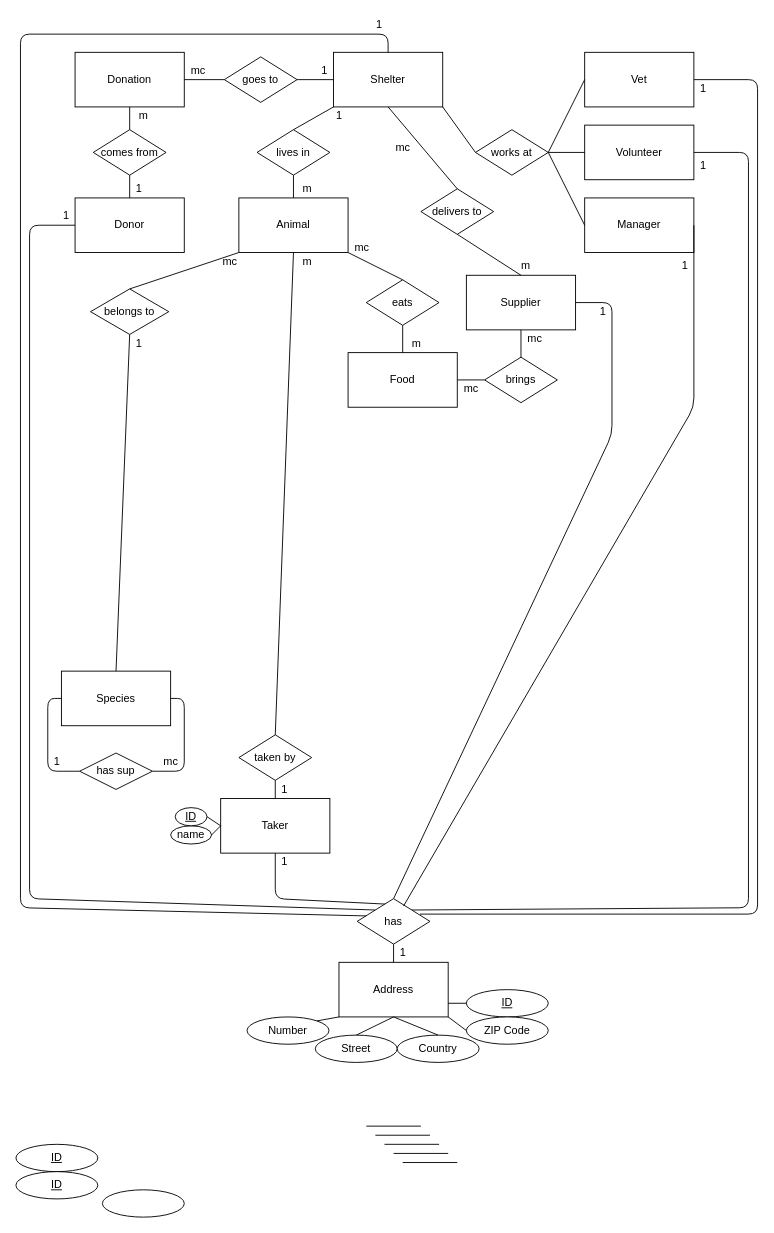
Above: Chen-Notation.drawio in Mlorenz12/4.Sem_DB_Animal_Shelter (draw.io), before the change. Source tidied: cells renumbered, new cells numbered last; positions are measured from the earlier drawing's top-left corner, leaving out a move shared by most shapes. Both pictures are drawn from the tidied source at 91%, with x=0, y=0 at pixel (15, 15).
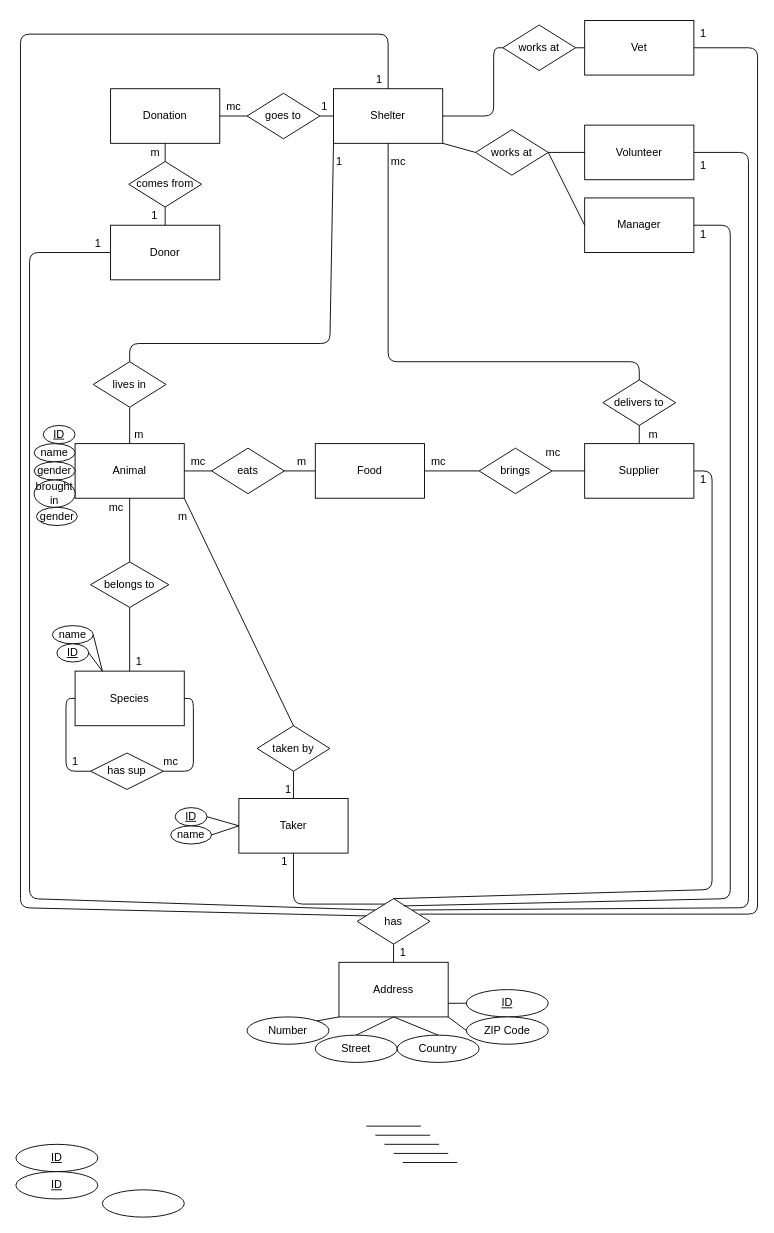
The same diagram, later.

The change refers to these unchanged cells:
```xml
<mxCell id="8" value="Manager" style="rounded=0;whiteSpace=wrap;html=1;" parent="1" vertex="1">
  <mxGeometry x="625" y="200" width="120" height="60" as="geometry" />
</mxCell>
<mxCell id="49" value="has" style="rhombus;whiteSpace=wrap;html=1;" parent="1" vertex="1">
  <mxGeometry x="375" y="970" width="80" height="50" as="geometry" />
</mxCell>
```

Change to the diagram source:
```diff
@@
     <mxCell id="2" value="Donation" style="rounded=0;whiteSpace=wrap;html=1;" parent="1" vertex="1">
-      <mxGeometry x="65" y="40" width="120" height="60" as="geometry" />
+      <mxGeometry x="104" y="80" width="120" height="60" as="geometry" />
     </mxCell>
     <mxCell id="3" value="Food" style="rounded=0;whiteSpace=wrap;html=1;" parent="1" vertex="1">
-      <mxGeometry x="365" y="370" width="120" height="60" as="geometry" />
+      <mxGeometry x="329" y="470" width="120" height="60" as="geometry" />
     </mxCell>
     <mxCell id="4" value="Species" style="rounded=0;whiteSpace=wrap;html=1;" parent="1" vertex="1">
-      <mxGeometry x="50" y="720" width="120" height="60" as="geometry" />
+      <mxGeometry x="65" y="720" width="120" height="60" as="geometry" />
     </mxCell>
     <mxCell id="5" value="Animal" style="rounded=0;whiteSpace=wrap;html=1;" parent="1" vertex="1">
-      <mxGeometry x="245" y="200" width="120" height="60" as="geometry" />
+      <mxGeometry x="65" y="470" width="120" height="60" as="geometry" />
     </mxCell>
     <mxCell id="6" value="Donor" style="rounded=0;whiteSpace=wrap;html=1;" parent="1" vertex="1">
-      <mxGeometry x="65" y="200" width="120" height="60" as="geometry" />
+      <mxGeometry x="104" y="230" width="120" height="60" as="geometry" />
     </mxCell>
@@
     <mxCell id="9" value="Shelter" style="rounded=0;whiteSpace=wrap;html=1;" parent="1" vertex="1">
-      <mxGeometry x="349" y="40" width="120" height="60" as="geometry" />
+      <mxGeometry x="349" y="80" width="120" height="60" as="geometry" />
     </mxCell>
     <mxCell id="10" value="Vet" style="rounded=0;whiteSpace=wrap;html=1;" parent="1" vertex="1">
-      <mxGeometry x="625" y="40" width="120" height="60" as="geometry" />
+      <mxGeometry x="625" y="5" width="120" height="60" as="geometry" />
     </mxCell>
-    <mxCell id="11" style="endArrow=none;html=1;entryX=0;entryY=0.5;entryDx=0;entryDy=0;" parent="1" edge="1" target="10">
-      <mxGeometry relative="1" as="geometry">
-        <mxPoint x="585" y="150" as="sourcePoint" />
-      </mxGeometry>
+    <mxCell id="11" style="endArrow=none;html=1;entryX=0;entryY=0.5;entryDx=0;entryDy=0;exitX=1;exitY=0.5;exitDx=0;exitDy=0;" parent="1" edge="1" source="112" target="10">
+      <mxGeometry relative="1" as="geometry" />
     </mxCell>
@@
     <mxCell id="15" value="goes to" style="rhombus;whiteSpace=wrap;html=1;" parent="1" vertex="1">
-      <mxGeometry x="229" y="45" width="80" height="50" as="geometry" />
+      <mxGeometry x="254" y="85" width="80" height="50" as="geometry" />
     </mxCell>
@@
     <mxCell id="18" value="comes from" style="rhombus;whiteSpace=wrap;html=1;" parent="1" vertex="1">
-      <mxGeometry x="85" y="125" width="80" height="50" as="geometry" />
+      <mxGeometry x="124" y="160" width="80" height="50" as="geometry" />
     </mxCell>
@@
     <mxCell id="21" value="lives in" style="rhombus;whiteSpace=wrap;html=1;" parent="1" vertex="1">
-      <mxGeometry x="265" y="125" width="80" height="50" as="geometry" />
+      <mxGeometry x="85" y="380" width="80" height="50" as="geometry" />
     </mxCell>
@@
     <mxCell id="23" style="endArrow=none;html=1;exitX=0.5;exitY=0;exitDx=0;exitDy=0;entryX=0;entryY=1;entryDx=0;entryDy=0;" parent="1" edge="1" source="21" target="9">
-      <mxGeometry relative="1" as="geometry" />
+      <mxGeometry relative="1" as="geometry">
+        <Array as="points">
+          <mxPoint x="125" y="360" />
+          <mxPoint x="345" y="360" />
+        </Array>
+      </mxGeometry>
     </mxCell>
@@
     <mxCell id="25" value="has sup" style="rhombus;whiteSpace=wrap;html=1;" parent="1" vertex="1">
-      <mxGeometry x="70" y="810" width="80" height="40" as="geometry" />
+      <mxGeometry x="82" y="810" width="80" height="40" as="geometry" />
     </mxCell>
     <mxCell id="26" style="endArrow=none;html=1;exitX=0;exitY=0.5;exitDx=0;exitDy=0;entryX=0;entryY=0.5;entryDx=0;entryDy=0;" parent="1" edge="1" source="4" target="25">
       <mxGeometry relative="1" as="geometry">
         <Array as="points">
-          <mxPoint x="35" y="750" />
-          <mxPoint x="35" y="830" />
+          <mxPoint x="55" y="750" />
+          <mxPoint x="55" y="830" />
         </Array>
       </mxGeometry>
     </mxCell>
     <mxCell id="27" style="endArrow=none;html=1;exitX=1;exitY=0.5;exitDx=0;exitDy=0;entryX=1;entryY=0.5;entryDx=0;entryDy=0;" parent="1" edge="1" source="25" target="4">
       <mxGeometry relative="1" as="geometry">
         <Array as="points">
-          <mxPoint x="185" y="830" />
+          <mxPoint x="195" y="830" />
+          <mxPoint x="195" y="750" />
           <mxPoint x="185" y="750" />
         </Array>
       </mxGeometry>
     </mxCell>
     <mxCell id="28" value="belongs to" style="rhombus;whiteSpace=wrap;html=1;" parent="1" vertex="1">
-      <mxGeometry x="82" y="300" width="86" height="50" as="geometry" />
+      <mxGeometry x="82" y="600" width="86" height="50" as="geometry" />
     </mxCell>
@@
-    <mxCell id="30" style="endArrow=none;html=1;exitX=0.5;exitY=0;exitDx=0;exitDy=0;entryX=0;entryY=1;entryDx=0;entryDy=0;" parent="1" edge="1" source="28" target="5">
+    <mxCell id="30" style="endArrow=none;html=1;exitX=0.5;exitY=0;exitDx=0;exitDy=0;entryX=0.5;entryY=1;entryDx=0;entryDy=0;" parent="1" edge="1" source="28" target="5">
       <mxGeometry relative="1" as="geometry" />
     </mxCell>
     <mxCell id="31" value="Taker" style="rounded=0;whiteSpace=wrap;html=1;" parent="1" vertex="1">
-      <mxGeometry x="225" y="860" width="120" height="60" as="geometry" />
+      <mxGeometry x="245" y="860" width="120" height="60" as="geometry" />
     </mxCell>
@@
     <mxCell id="33" value="Supplier" style="rounded=0;whiteSpace=wrap;html=1;" parent="1" vertex="1">
-      <mxGeometry x="495" y="285" width="120" height="60" as="geometry" />
+      <mxGeometry x="625" y="470" width="120" height="60" as="geometry" />
     </mxCell>
     <mxCell id="34" value="brings" style="rhombus;whiteSpace=wrap;html=1;" parent="1" vertex="1">
-      <mxGeometry x="515" y="375" width="80" height="50" as="geometry" />
+      <mxGeometry x="509" y="475" width="80" height="50" as="geometry" />
     </mxCell>
@@
     <mxCell id="36" value="eats" style="rhombus;whiteSpace=wrap;html=1;" parent="1" vertex="1">
-      <mxGeometry x="385" y="290" width="80" height="50" as="geometry" />
+      <mxGeometry x="215" y="475" width="80" height="50" as="geometry" />
     </mxCell>
-    <mxCell id="37" style="endArrow=none;html=1;exitX=0.5;exitY=0;exitDx=0;exitDy=0;entryX=0.5;entryY=1;entryDx=0;entryDy=0;" parent="1" edge="1" source="3" target="36">
+    <mxCell id="37" style="endArrow=none;html=1;exitX=0;exitY=0.5;exitDx=0;exitDy=0;entryX=1;entryY=0.5;entryDx=0;entryDy=0;" parent="1" edge="1" source="3" target="36">
       <mxGeometry relative="1" as="geometry" />
     </mxCell>
-    <mxCell id="38" style="endArrow=none;html=1;exitX=0.5;exitY=0;exitDx=0;exitDy=0;entryX=1;entryY=1;entryDx=0;entryDy=0;" parent="1" edge="1" source="36" target="5">
+    <mxCell id="38" style="endArrow=none;html=1;exitX=0;exitY=0.5;exitDx=0;exitDy=0;entryX=1;entryY=0.5;entryDx=0;entryDy=0;" parent="1" edge="1" source="36" target="5">
       <mxGeometry relative="1" as="geometry" />
     </mxCell>
-    <mxCell id="39" style="endArrow=none;html=1;exitX=0.5;exitY=0;exitDx=0;exitDy=0;entryX=0.5;entryY=1;entryDx=0;entryDy=0;" parent="1" edge="1" source="34" target="33">
+    <mxCell id="39" style="endArrow=none;html=1;exitX=1;exitY=0.5;exitDx=0;exitDy=0;entryX=0;entryY=0.5;entryDx=0;entryDy=0;" parent="1" edge="1" source="34" target="33">
       <mxGeometry relative="1" as="geometry" />
     </mxCell>
     <mxCell id="40" value="delivers to" style="rhombus;whiteSpace=wrap;html=1;" parent="1" vertex="1">
-      <mxGeometry x="445" y="190" width="80" height="50" as="geometry" />
+      <mxGeometry x="645" y="400" width="80" height="50" as="geometry" />
     </mxCell>
@@
     <mxCell id="42" style="endArrow=none;html=1;exitX=0.5;exitY=0;exitDx=0;exitDy=0;entryX=0.5;entryY=1;entryDx=0;entryDy=0;" parent="1" edge="1" source="40" target="9">
-      <mxGeometry relative="1" as="geometry" />
+      <mxGeometry relative="1" as="geometry">
+        <Array as="points">
+          <mxPoint x="685" y="380" />
+          <mxPoint x="409" y="380" />
+        </Array>
+      </mxGeometry>
     </mxCell>
     <mxCell id="43" value="taken by" style="rhombus;whiteSpace=wrap;html=1;" parent="1" vertex="1">
-      <mxGeometry x="245" y="790" width="80" height="50" as="geometry" />
+      <mxGeometry x="265" y="780" width="80" height="50" as="geometry" />
     </mxCell>
@@
-    <mxCell id="45" style="endArrow=none;html=1;exitX=0.5;exitY=0;exitDx=0;exitDy=0;entryX=0.5;entryY=1;entryDx=0;entryDy=0;" parent="1" edge="1" source="43" target="5">
+    <mxCell id="45" style="endArrow=none;html=1;exitX=0.5;exitY=0;exitDx=0;exitDy=0;entryX=1;entryY=1;entryDx=0;entryDy=0;" parent="1" edge="1" source="43" target="5">
       <mxGeometry relative="1" as="geometry" />
     </mxCell>
     <mxCell id="46" style="endArrow=none;html=1;entryX=0;entryY=0.5;entryDx=0;entryDy=0;exitX=0;exitY=0;exitDx=0;exitDy=0;" parent="1" edge="1" source="49" target="6">
       <mxGeometry relative="1" as="geometry">
         <Array as="points">
           <mxPoint x="15" y="970" />
-          <mxPoint x="15" y="230" />
+          <mxPoint x="15" y="260" />
         </Array>
       </mxGeometry>
     </mxCell>
     <mxCell id="47" style="endArrow=none;html=1;exitX=0.388;exitY=0.12;exitDx=0;exitDy=0;entryX=0.5;entryY=1;entryDx=0;entryDy=0;exitPerimeter=0;" parent="1" edge="1" source="49" target="31">
       <mxGeometry relative="1" as="geometry">
         <Array as="points">
-          <mxPoint x="285" y="970" />
+          <mxPoint x="305" y="976" />
         </Array>
       </mxGeometry>
     </mxCell>
@@
     <mxCell id="51" style="endArrow=none;html=1;exitX=0.863;exitY=0.34;exitDx=0;exitDy=0;entryX=1;entryY=0.5;entryDx=0;entryDy=0;exitPerimeter=0;" parent="1" edge="1" source="49" target="10">
       <mxGeometry relative="1" as="geometry">
         <Array as="points">
           <mxPoint x="815" y="987" />
-          <mxPoint x="815" y="70" />
+          <mxPoint x="815" y="35" />
         </Array>
       </mxGeometry>
     </mxCell>
-    <mxCell id="52" style="endArrow=none;html=1;exitX=0.638;exitY=0.16;exitDx=0;exitDy=0;entryX=1;entryY=0.5;entryDx=0;entryDy=0;exitPerimeter=0;" parent="1" edge="1" source="49" target="8">
+    <mxCell id="52" style="endArrow=none;html=1;exitX=0.638;exitY=0.16;exitDx=0;exitDy=0;exitPerimeter=0;" parent="1" edge="1" source="49">
       <mxGeometry relative="1" as="geometry">
+        <mxPoint x="745" y="230" as="targetPoint" />
         <Array as="points">
-          <mxPoint x="745" y="430" />
+          <mxPoint x="785" y="970" />
+          <mxPoint x="785" y="230" />
         </Array>
       </mxGeometry>
     </mxCell>
@@
     <mxCell id="54" style="endArrow=none;html=1;exitX=0.5;exitY=0;exitDx=0;exitDy=0;entryX=1;entryY=0.5;entryDx=0;entryDy=0;" parent="1" edge="1" source="49" target="33">
       <mxGeometry relative="1" as="geometry">
         <Array as="points">
-          <mxPoint x="655" y="460" />
-          <mxPoint x="655" y="315" />
+          <mxPoint x="765" y="960" />
+          <mxPoint x="765" y="500" />
         </Array>
       </mxGeometry>
     </mxCell>
@@
     <mxCell id="57" value="1" style="text;html=1;align=center;verticalAlign=middle;" parent="1" vertex="1">
-      <mxGeometry x="725" y="265" width="20" height="20" as="geometry" />
+      <mxGeometry x="745" y="230" width="20" height="20" as="geometry" />
     </mxCell>
@@
     <mxCell id="59" value="1" style="text;html=1;align=center;verticalAlign=middle;" parent="1" vertex="1">
-      <mxGeometry x="745" y="70" width="20" height="20" as="geometry" />
+      <mxGeometry x="745" y="10" width="20" height="20" as="geometry" />
     </mxCell>
     <mxCell id="60" value="1" style="text;html=1;align=center;verticalAlign=middle;" parent="1" vertex="1">
-      <mxGeometry x="389" width="20" height="20" as="geometry" />
+      <mxGeometry x="389" y="60" width="20" height="20" as="geometry" />
     </mxCell>
     <mxCell id="61" value="1" style="text;html=1;align=center;verticalAlign=middle;" parent="1" vertex="1">
-      <mxGeometry x="45" y="210" width="20" height="20" as="geometry" />
+      <mxGeometry x="80" y="240" width="20" height="20" as="geometry" />
     </mxCell>
     <mxCell id="62" value="1" style="text;html=1;align=center;verticalAlign=middle;" parent="1" vertex="1">
-      <mxGeometry x="635" y="315" width="20" height="20" as="geometry" />
+      <mxGeometry x="745" y="500" width="20" height="20" as="geometry" />
     </mxCell>
     <mxCell id="63" value="m" style="text;html=1;align=center;verticalAlign=middle;" parent="1" vertex="1">
-      <mxGeometry x="125" y="100" width="30" height="20" as="geometry" />
+      <mxGeometry x="138" y="140" width="30" height="20" as="geometry" />
     </mxCell>
     <mxCell id="64" value="1" style="text;html=1;align=center;verticalAlign=middle;" parent="1" vertex="1">
-      <mxGeometry x="125" y="180" width="20" height="20" as="geometry" />
+      <mxGeometry x="142" y="210" width="20" height="20" as="geometry" />
     </mxCell>
@@
     <mxCell id="66" value="1" style="text;html=1;align=center;verticalAlign=middle;" parent="1" vertex="1">
-      <mxGeometry x="35" y="810" width="20" height="20" as="geometry" />
+      <mxGeometry x="55" y="810" width="20" height="20" as="geometry" />
     </mxCell>
     <mxCell id="67" value="m" style="text;html=1;align=center;verticalAlign=middle;" parent="1" vertex="1">
-      <mxGeometry x="305" y="260" width="30" height="20" as="geometry" />
+      <mxGeometry x="168" y="540" width="30" height="20" as="geometry" />
     </mxCell>
     <mxCell id="68" value="1" style="text;html=1;align=center;verticalAlign=middle;" parent="1" vertex="1">
-      <mxGeometry x="285" y="840" width="20" height="20" as="geometry" />
+      <mxGeometry x="289" y="840" width="20" height="20" as="geometry" />
     </mxCell>
     <mxCell id="69" value="mc" style="text;html=1;align=center;verticalAlign=middle;" parent="1" vertex="1">
-      <mxGeometry x="220" y="260" width="30" height="20" as="geometry" />
+      <mxGeometry x="95" y="530" width="30" height="20" as="geometry" />
     </mxCell>
     <mxCell id="70" value="1" style="text;html=1;align=center;verticalAlign=middle;" parent="1" vertex="1">
-      <mxGeometry x="125" y="350" width="20" height="20" as="geometry" />
+      <mxGeometry x="125" y="700" width="20" height="20" as="geometry" />
     </mxCell>
     <mxCell id="71" value="mc" style="text;html=1;align=center;verticalAlign=middle;" parent="1" vertex="1">
-      <mxGeometry x="365" y="245" width="30" height="20" as="geometry" />
+      <mxGeometry x="185" y="480" width="30" height="20" as="geometry" />
     </mxCell>
     <mxCell id="72" value="m" style="text;html=1;align=center;verticalAlign=middle;" parent="1" vertex="1">
-      <mxGeometry x="425" y="350" width="30" height="20" as="geometry" />
+      <mxGeometry x="299" y="480" width="30" height="20" as="geometry" />
     </mxCell>
     <mxCell id="73" value="mc" style="text;html=1;align=center;verticalAlign=middle;" parent="1" vertex="1">
-      <mxGeometry x="485" y="400" width="30" height="20" as="geometry" />
+      <mxGeometry x="449" y="480" width="30" height="20" as="geometry" />
     </mxCell>
     <mxCell id="74" value="mc" style="text;html=1;align=center;verticalAlign=middle;" parent="1" vertex="1">
-      <mxGeometry x="555" y="345" width="30" height="20" as="geometry" />
+      <mxGeometry x="575" y="470" width="30" height="20" as="geometry" />
     </mxCell>
     <mxCell id="75" value="mc" style="text;html=1;align=center;verticalAlign=middle;" parent="1" vertex="1">
-      <mxGeometry x="185" y="50" width="30" height="20" as="geometry" />
+      <mxGeometry x="224" y="90" width="30" height="20" as="geometry" />
     </mxCell>
     <mxCell id="76" value="1" style="text;html=1;align=center;verticalAlign=middle;" parent="1" vertex="1">
-      <mxGeometry x="329" y="50" width="20" height="20" as="geometry" />
+      <mxGeometry x="329" y="90" width="20" height="20" as="geometry" />
     </mxCell>
     <mxCell id="77" value="1" style="text;html=1;align=center;verticalAlign=middle;" parent="1" vertex="1">
-      <mxGeometry x="345" y="100" width="20" height="20" as="geometry" />
+      <mxGeometry x="345" y="150" width="20" height="20" as="geometry" />
     </mxCell>
     <mxCell id="78" value="m" style="text;html=1;align=center;verticalAlign=middle;" parent="1" vertex="1">
-      <mxGeometry x="305" y="180" width="30" height="20" as="geometry" />
+      <mxGeometry x="120" y="450" width="30" height="20" as="geometry" />
     </mxCell>
     <mxCell id="79" value="m" style="text;html=1;align=center;verticalAlign=middle;" parent="1" vertex="1">
-      <mxGeometry x="545" y="265" width="30" height="20" as="geometry" />
+      <mxGeometry x="685" y="450" width="30" height="20" as="geometry" />
     </mxCell>
     <mxCell id="80" value="mc" style="text;html=1;align=center;verticalAlign=middle;" parent="1" vertex="1">
-      <mxGeometry x="410" y="135" width="30" height="20" as="geometry" />
+      <mxGeometry x="405" y="150" width="30" height="20" as="geometry" />
     </mxCell>
@@
+    <mxCell id="103" value="name" style="ellipse;whiteSpace=wrap;html=1;" parent="1" vertex="1">
+      <mxGeometry x="40" y="670" width="45" height="20" as="geometry" />
+    </mxCell>
+    <mxCell id="104" value="&lt;u&gt;ID&lt;/u&gt;" style="ellipse;whiteSpace=wrap;html=1;" parent="1" vertex="1">
+      <mxGeometry x="45" y="690" width="35" height="20" as="geometry" />
+    </mxCell>
+    <mxCell id="105" style="endArrow=none;html=1;exitX=0.25;exitY=0;exitDx=0;exitDy=0;entryX=1;entryY=0.5;entryDx=0;entryDy=0;" parent="1" edge="1" source="4" target="103">
+      <mxGeometry relative="1" as="geometry" />
+    </mxCell>
+    <mxCell id="106" style="endArrow=none;html=1;entryX=1;entryY=0.5;entryDx=0;entryDy=0;" parent="1" edge="1" target="104">
+      <mxGeometry relative="1" as="geometry">
+        <mxPoint x="95" y="720" as="sourcePoint" />
+      </mxGeometry>
+    </mxCell>
+    <mxCell id="107" value="name" style="ellipse;whiteSpace=wrap;html=1;" parent="1" vertex="1">
+      <mxGeometry x="20" y="470" width="45" height="20" as="geometry" />
+    </mxCell>
+    <mxCell id="108" value="&lt;u&gt;ID&lt;/u&gt;" style="ellipse;whiteSpace=wrap;html=1;" parent="1" vertex="1">
+      <mxGeometry x="30" y="450" width="35" height="20" as="geometry" />
+    </mxCell>
+    <mxCell id="109" value="gender" style="ellipse;whiteSpace=wrap;html=1;" parent="1" vertex="1">
+      <mxGeometry x="20" y="490" width="45" height="20" as="geometry" />
+    </mxCell>
+    <mxCell id="110" value="brought&lt;br&gt;in" style="ellipse;whiteSpace=wrap;html=1;" parent="1" vertex="1">
+      <mxGeometry x="20" y="510" width="45" height="30" as="geometry" />
+    </mxCell>
+    <mxCell id="111" value="gender" style="ellipse;whiteSpace=wrap;html=1;" parent="1" vertex="1">
+      <mxGeometry x="22.5" y="540" width="45" height="20" as="geometry" />
+    </mxCell>
+    <mxCell id="112" value="works at" style="rhombus;whiteSpace=wrap;html=1;" parent="1" vertex="1">
+      <mxGeometry x="535" y="10" width="80" height="50" as="geometry" />
+    </mxCell>
+    <mxCell id="113" style="endArrow=none;html=1;exitX=1;exitY=0.5;exitDx=0;exitDy=0;entryX=0;entryY=0.5;entryDx=0;entryDy=0;" parent="1" edge="1" source="9" target="112">
+      <mxGeometry relative="1" as="geometry">
+        <Array as="points">
+          <mxPoint x="525" y="110" />
+          <mxPoint x="525" y="35" />
+        </Array>
+      </mxGeometry>
+    </mxCell>
```
